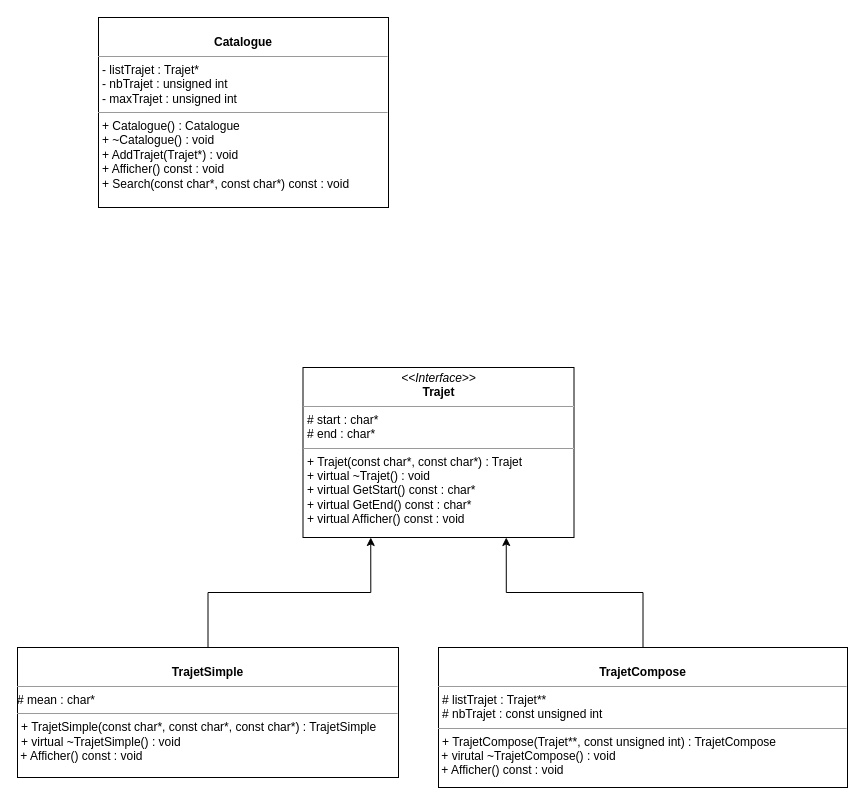
QuentindeA/TP2_CPP keeps this draw.io diagram as Docs/UML.drawio. Above is the earlier version. Source tidied: cells renumbered, new cells numbered last; positions are measured from the earlier drawing's top-left corner, leaving out a move shared by most shapes. Both pictures are drawn from the tidied source at 100%, with x=0, y=0 at pixel (17, 17).
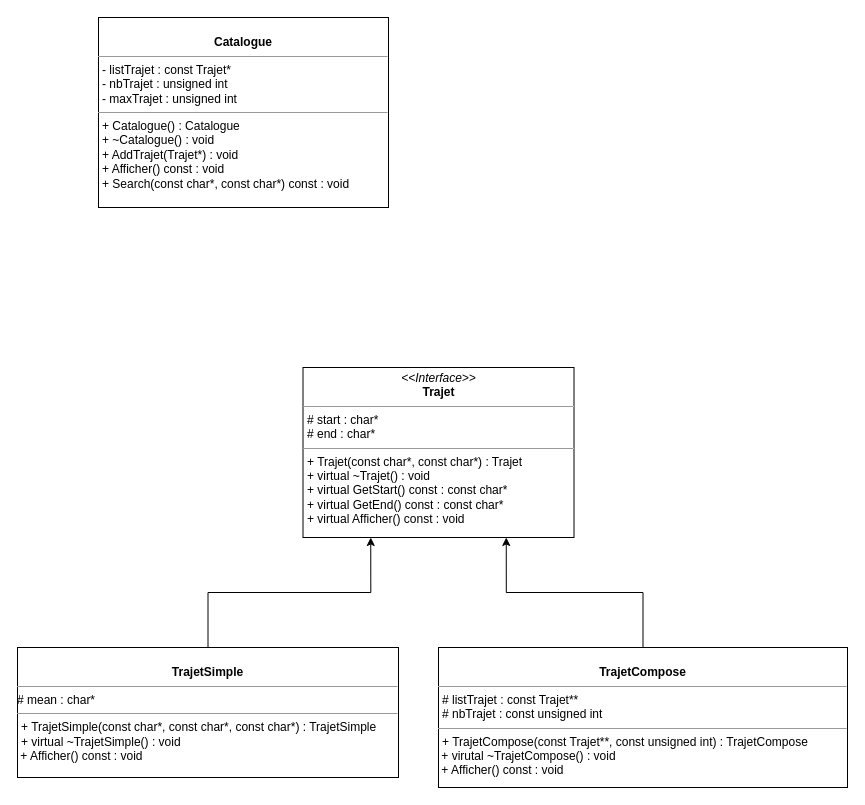
The same page after the edit.

Commit message:
modif uml

Change to the diagram source:
```diff
@@
 <mxGraphModel background="#ffffff">
   <root>
     <mxCell id="0" />
     <mxCell id="1" parent="0" />
-    <mxCell id="2" value="&lt;p style=&quot;margin: 0px ; margin-top: 4px ; text-align: center&quot;&gt;&lt;i&gt;&amp;lt;&amp;lt;Interface&amp;gt;&amp;gt;&lt;/i&gt;&lt;br&gt;&lt;b&gt;Trajet&lt;/b&gt;&lt;/p&gt;&lt;hr size=&quot;1&quot;&gt;&lt;p style=&quot;margin: 0px ; margin-left: 4px&quot;&gt;# start : char*&lt;br&gt;# end : char*&lt;/p&gt;&lt;hr size=&quot;1&quot;&gt;&lt;p style=&quot;margin: 0px ; margin-left: 4px&quot;&gt;+ Trajet(const char*, const char*) : Trajet&lt;/p&gt;&lt;p style=&quot;margin: 0px ; margin-left: 4px&quot;&gt;+ virtual ~Trajet() : void&lt;br&gt;&lt;/p&gt;&lt;p style=&quot;margin: 0px ; margin-left: 4px&quot;&gt;+ virtual GetStart() const : char*&lt;br&gt;+ virtual GetEnd() const : char*&lt;/p&gt;&lt;p style=&quot;margin: 0px ; margin-left: 4px&quot;&gt;+ virtual Afficher() const : void&lt;br&gt;&lt;/p&gt;" style="verticalAlign=top;align=left;overflow=fill;fontSize=12;fontFamily=Helvetica;html=1;rounded=0;shadow=0;comic=0;labelBackgroundColor=none;strokeWidth=1;" parent="1" vertex="1">
+    <mxCell id="2" value="&lt;p style=&quot;margin: 0px ; margin-top: 4px ; text-align: center&quot;&gt;&lt;i&gt;&amp;lt;&amp;lt;Interface&amp;gt;&amp;gt;&lt;/i&gt;&lt;br&gt;&lt;b&gt;Trajet&lt;/b&gt;&lt;/p&gt;&lt;hr size=&quot;1&quot;&gt;&lt;p style=&quot;margin: 0px ; margin-left: 4px&quot;&gt;# start : char*&lt;br&gt;# end : char*&lt;/p&gt;&lt;hr size=&quot;1&quot;&gt;&lt;p style=&quot;margin: 0px ; margin-left: 4px&quot;&gt;+ Trajet(const char*, const char*) : Trajet&lt;/p&gt;&lt;p style=&quot;margin: 0px ; margin-left: 4px&quot;&gt;+ virtual ~Trajet() : void&lt;br&gt;&lt;/p&gt;&lt;p style=&quot;margin: 0px ; margin-left: 4px&quot;&gt;+ virtual GetStart() const : const char*&lt;br&gt;+ virtual GetEnd() const : const char*&lt;/p&gt;&lt;p style=&quot;margin: 0px ; margin-left: 4px&quot;&gt;+ virtual Afficher() const : void&lt;br&gt;&lt;/p&gt;" style="verticalAlign=top;align=left;overflow=fill;fontSize=12;fontFamily=Helvetica;html=1;rounded=0;shadow=0;comic=0;labelBackgroundColor=none;strokeWidth=1;" parent="1" vertex="1">
       <mxGeometry x="285.5" y="350" width="271" height="170" as="geometry" />
     </mxCell>
     <mxCell id="3" style="edgeStyle=orthogonalEdgeStyle;rounded=0;jettySize=auto;html=1;entryX=0.25;entryY=1;entryDx=0;entryDy=0;" parent="1" edge="1" source="4" target="2">
       <mxGeometry relative="1" as="geometry" />
     </mxCell>
     <mxCell id="4" value="&lt;p style=&quot;margin: 0px ; margin-top: 4px ; text-align: center&quot;&gt;&lt;br&gt;&lt;b&gt;TrajetSimple&lt;/b&gt;&lt;/p&gt;&lt;hr size=&quot;1&quot;&gt;&lt;div&gt;# mean : char*&lt;/div&gt;&lt;hr size=&quot;1&quot;&gt;&lt;div&gt;&lt;p style=&quot;margin: 0px ; margin-left: 4px&quot;&gt;+ TrajetSimple(const char*, const char*, const char*) : TrajetSimple&lt;/p&gt;&lt;p style=&quot;margin: 0px ; margin-left: 4px&quot;&gt;+ virtual ~TrajetSimple() : void&lt;/p&gt;&lt;/div&gt;&lt;div&gt;&amp;nbsp;+ Afficher() const : void&lt;/div&gt;&lt;div&gt;&lt;br&gt;&lt;/div&gt;&lt;div&gt;&lt;br&gt;&lt;/div&gt;&lt;div&gt;&lt;br&gt;&lt;/div&gt;&lt;div&gt;&lt;br&gt;&lt;/div&gt;&lt;div&gt;&lt;br&gt;&lt;/div&gt;&lt;div&gt;&lt;br&gt;&lt;/div&gt;&lt;div&gt;&lt;br&gt;&lt;/div&gt;&lt;div&gt;&lt;br&gt;&lt;/div&gt;&lt;div&gt;&lt;br&gt;&lt;/div&gt;&lt;div&gt;&lt;br&gt;&lt;/div&gt;&lt;div&gt;&lt;br&gt;&lt;/div&gt;&lt;div&gt;&lt;br&gt;&lt;/div&gt;&lt;hr size=&quot;1&quot;&gt;" style="verticalAlign=top;align=left;overflow=fill;fontSize=12;fontFamily=Helvetica;html=1;rounded=0;shadow=0;comic=0;labelBackgroundColor=none;strokeWidth=1;" parent="1" vertex="1">
       <mxGeometry y="630" width="381" height="130" as="geometry" />
     </mxCell>
     <mxCell id="5" style="edgeStyle=orthogonalEdgeStyle;rounded=0;jettySize=auto;html=1;entryX=0.75;entryY=1;entryDx=0;entryDy=0;" parent="1" edge="1" source="6" target="2">
       <mxGeometry relative="1" as="geometry" />
     </mxCell>
-    <mxCell id="6" value="&lt;p style=&quot;margin: 0px ; margin-top: 4px ; text-align: center&quot;&gt;&lt;br&gt;&lt;b&gt;TrajetCompose&lt;/b&gt;&lt;/p&gt;&lt;hr size=&quot;1&quot;&gt;&lt;p style=&quot;margin: 0px ; margin-left: 4px&quot;&gt;# listTrajet : Trajet**&lt;br&gt;&lt;/p&gt;&lt;p style=&quot;margin: 0px ; margin-left: 4px&quot;&gt;# nbTrajet : const unsigned int&lt;br&gt;&lt;/p&gt;&lt;hr size=&quot;1&quot;&gt;&lt;div&gt;&lt;p style=&quot;margin: 0px ; margin-left: 4px&quot;&gt;+ TrajetCompose(Trajet**, const unsigned int) : TrajetCompose&lt;/p&gt;&lt;/div&gt;&lt;div&gt;&amp;nbsp;+ virutal ~TrajetCompose() : void &lt;br&gt;&lt;/div&gt;&lt;div&gt;&amp;nbsp;+ Afficher() const : void&lt;/div&gt;&lt;div&gt;&lt;br&gt;&lt;/div&gt;" style="verticalAlign=top;align=left;overflow=fill;fontSize=12;fontFamily=Helvetica;html=1;rounded=0;shadow=0;comic=0;labelBackgroundColor=none;strokeWidth=1;" parent="1" vertex="1">
+    <mxCell id="6" value="&lt;p style=&quot;margin: 0px ; margin-top: 4px ; text-align: center&quot;&gt;&lt;br&gt;&lt;b&gt;TrajetCompose&lt;/b&gt;&lt;/p&gt;&lt;hr size=&quot;1&quot;&gt;&lt;p style=&quot;margin: 0px ; margin-left: 4px&quot;&gt;# listTrajet : const Trajet**&lt;br&gt;&lt;/p&gt;&lt;p style=&quot;margin: 0px ; margin-left: 4px&quot;&gt;# nbTrajet : const unsigned int&lt;br&gt;&lt;/p&gt;&lt;hr size=&quot;1&quot;&gt;&lt;div&gt;&lt;p style=&quot;margin: 0px ; margin-left: 4px&quot;&gt;+ TrajetCompose(const Trajet**, const unsigned int) : TrajetCompose&lt;/p&gt;&lt;/div&gt;&lt;div&gt;&amp;nbsp;+ virutal ~TrajetCompose() : void &lt;br&gt;&lt;/div&gt;&lt;div&gt;&amp;nbsp;+ Afficher() const : void&lt;/div&gt;&lt;div&gt;&lt;br&gt;&lt;/div&gt;" style="verticalAlign=top;align=left;overflow=fill;fontSize=12;fontFamily=Helvetica;html=1;rounded=0;shadow=0;comic=0;labelBackgroundColor=none;strokeWidth=1;" parent="1" vertex="1">
       <mxGeometry x="421" y="630" width="409" height="140" as="geometry" />
     </mxCell>
-    <mxCell id="7" value="&lt;p style=&quot;margin: 0px ; margin-top: 4px ; text-align: center&quot;&gt;&lt;br&gt;&lt;b&gt;Catalogue&lt;/b&gt;&lt;/p&gt;&lt;hr size=&quot;1&quot;&gt;&lt;p style=&quot;margin: 0px ; margin-left: 4px&quot;&gt;- listTrajet : Trajet*&lt;/p&gt;&lt;p style=&quot;margin: 0px ; margin-left: 4px&quot;&gt;- nbTrajet : unsigned int&lt;br&gt;&lt;/p&gt;&lt;p style=&quot;margin: 0px ; margin-left: 4px&quot;&gt;- maxTrajet : unsigned int&lt;/p&gt;&lt;hr size=&quot;1&quot;&gt;&lt;p style=&quot;margin: 0px ; margin-left: 4px&quot;&gt;+ Catalogue() : Catalogue&lt;/p&gt;&lt;p style=&quot;margin: 0px ; margin-left: 4px&quot;&gt;+ ~Catalogue() : void&lt;/p&gt;&lt;p style=&quot;margin: 0px ; margin-left: 4px&quot;&gt;+ AddTrajet(Trajet*) : void&lt;br&gt;&lt;/p&gt;&lt;p style=&quot;margin: 0px ; margin-left: 4px&quot;&gt;+ Afficher() const : void&lt;/p&gt;&lt;p style=&quot;margin: 0px ; margin-left: 4px&quot;&gt;+ Search(const char*, const char*) const : void&lt;br&gt;&lt;/p&gt;" style="verticalAlign=top;align=left;overflow=fill;fontSize=12;fontFamily=Helvetica;html=1;rounded=0;shadow=0;comic=0;labelBackgroundColor=none;strokeWidth=1;" parent="1" vertex="1">
+    <mxCell id="7" value="&lt;p style=&quot;margin: 0px ; margin-top: 4px ; text-align: center&quot;&gt;&lt;br&gt;&lt;b&gt;Catalogue&lt;/b&gt;&lt;/p&gt;&lt;hr size=&quot;1&quot;&gt;&lt;p style=&quot;margin: 0px ; margin-left: 4px&quot;&gt;- listTrajet : const Trajet*&lt;/p&gt;&lt;p style=&quot;margin: 0px ; margin-left: 4px&quot;&gt;- nbTrajet : unsigned int&lt;br&gt;&lt;/p&gt;&lt;p style=&quot;margin: 0px ; margin-left: 4px&quot;&gt;- maxTrajet : unsigned int&lt;/p&gt;&lt;hr size=&quot;1&quot;&gt;&lt;p style=&quot;margin: 0px ; margin-left: 4px&quot;&gt;+ Catalogue() : Catalogue&lt;/p&gt;&lt;p style=&quot;margin: 0px ; margin-left: 4px&quot;&gt;+ ~Catalogue() : void&lt;/p&gt;&lt;p style=&quot;margin: 0px ; margin-left: 4px&quot;&gt;+ AddTrajet(Trajet*) : void&lt;br&gt;&lt;/p&gt;&lt;p style=&quot;margin: 0px ; margin-left: 4px&quot;&gt;+ Afficher() const : void&lt;/p&gt;&lt;p style=&quot;margin: 0px ; margin-left: 4px&quot;&gt;+ Search(const char*, const char*) const : void&lt;br&gt;&lt;/p&gt;" style="verticalAlign=top;align=left;overflow=fill;fontSize=12;fontFamily=Helvetica;html=1;rounded=0;shadow=0;comic=0;labelBackgroundColor=none;strokeWidth=1;" parent="1" vertex="1">
       <mxGeometry x="81" width="290" height="190" as="geometry" />
     </mxCell>
   </root>
 </mxGraphModel>
```
